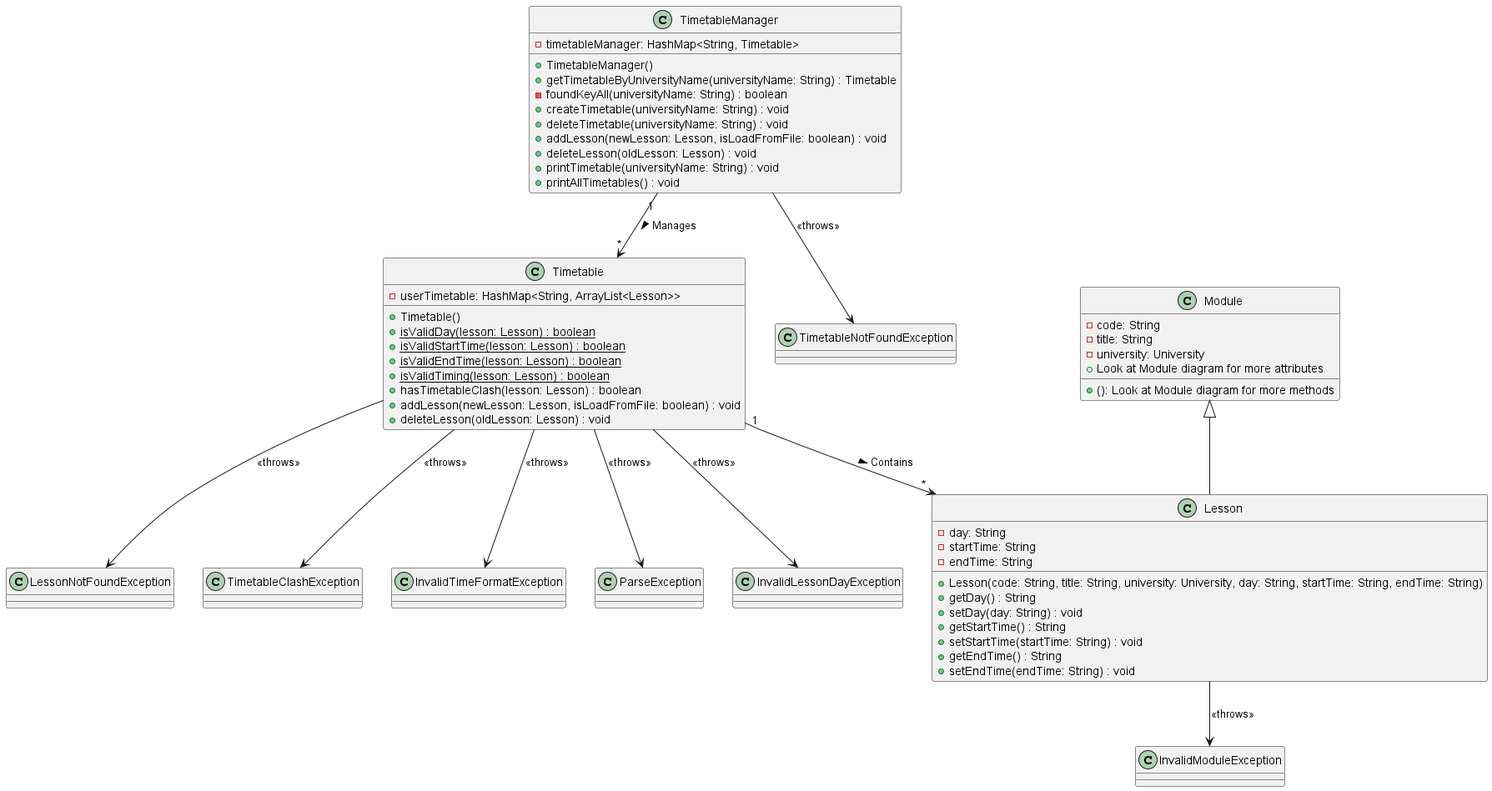
Before: docs/images/Timetable_Class.png, a diagram exported from PlantUML (nus-cs2113-AY2223S1/tp).
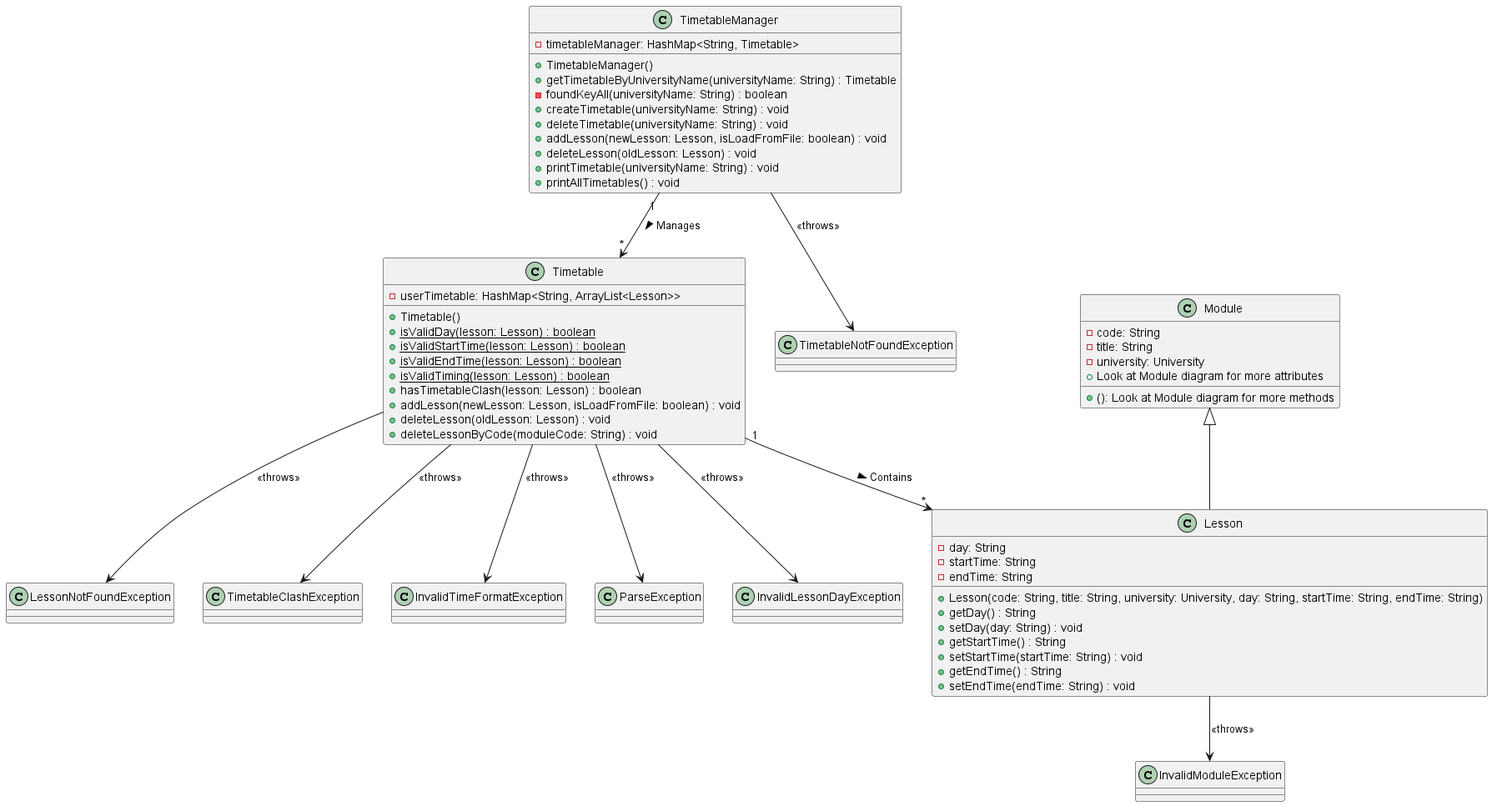
Later version of the same file.

Commit message:
Update Timetable diagram

The edit, as a diff of the source:
```diff
@@ -23,6 +23,7 @@
     + hasTimetableClash(lesson: Lesson) : boolean
     + addLesson(newLesson: Lesson, isLoadFromFile: boolean) : void
     + deleteLesson(oldLesson: Lesson) : void
+    + deleteLessonByCode(moduleCode: String) : void
 }
 
 class Lesson {
```
